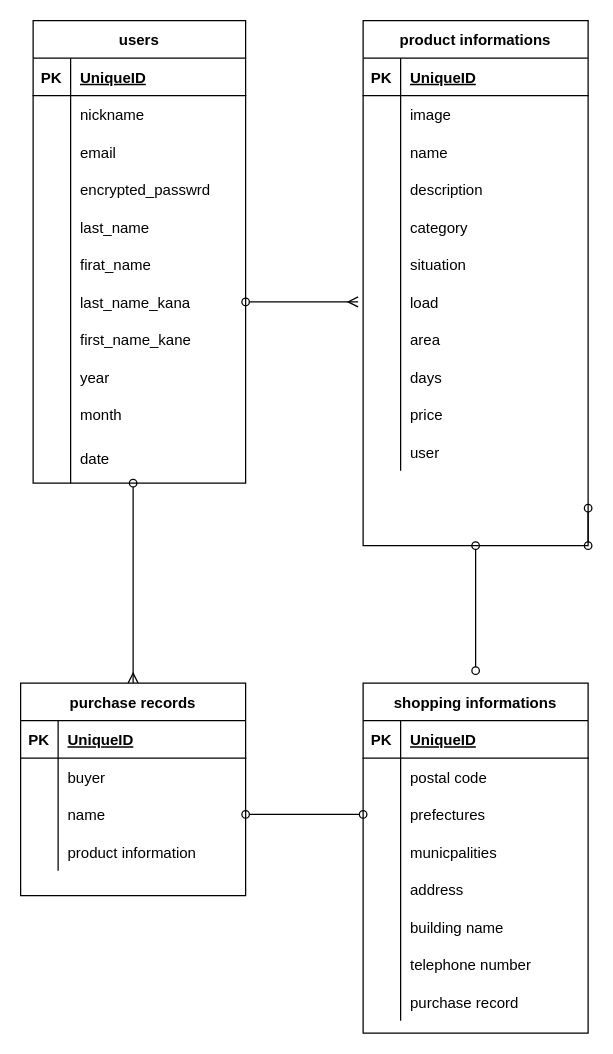
This is config/test.dio from sakamo09/furima-37856, a draw.io file, before an edit. Source tidied: cells renumbered, new cells numbered last; positions are measured from the earlier drawing's top-left corner, leaving out a move shared by most shapes. Both pictures are drawn from the tidied source at 125%, with x=0, y=0 at pixel (20, 20).
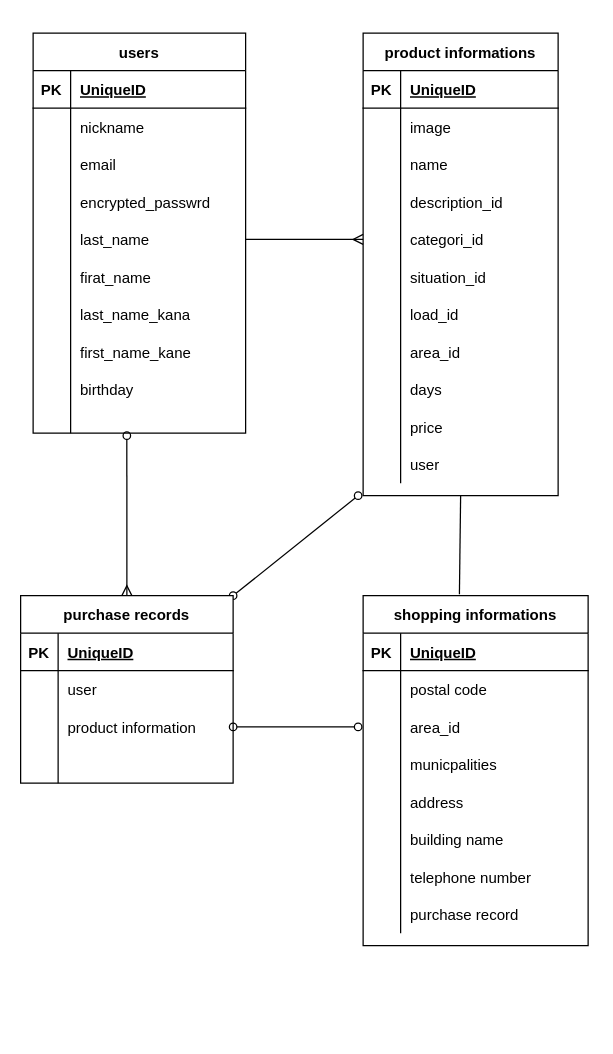
After the change.

Commit message (it also covers changes not shown here):
ER図とREADMEの修正①

Unchanged cells that the change refers to:
```xml
<mxCell id="15" style="shape=partialRectangle;fillColor=none;top=0;left=0;bottom=0;right=0;points=[[0,0.5],[1,0.5]];portConstraint=eastwest;" parent="2" vertex="1">
  <mxGeometry y="150" width="170" height="30" as="geometry" />
</mxCell>
<mxCell id="21" style="shape=partialRectangle;fillColor=none;top=0;left=0;bottom=0;right=0;points=[[0,0.5],[1,0.5]];portConstraint=eastwest;" parent="2" vertex="1">
  <mxGeometry y="210" width="170" height="30" as="geometry" />
</mxCell>
<mxCell id="27" style="shape=partialRectangle;fillColor=none;top=0;left=0;bottom=0;right=0;" parent="2" vertex="1">
  <mxGeometry y="270" width="170" height="30" as="geometry" />
</mxCell>
<mxCell id="93" style="shape=partialRectangle;fillColor=none;top=0;left=0;bottom=0;right=0;points=[[0,0.5],[1,0.5]];portConstraint=eastwest;" parent="86" vertex="1">
  <mxGeometry y="90" width="180" height="30" as="geometry" />
</mxCell>
```

Diff of the diagram source:
```diff
@@
     <mxCell id="2" value="users" style="shape=table;startSize=30;childLayout=tableLayout;rowLines=0;fontStyle=1;align=center;" parent="1" vertex="1">
-      <mxGeometry x="10" width="170" height="370" as="geometry" />
+      <mxGeometry x="10" y="10" width="170" height="320" as="geometry" />
     </mxCell>
@@
-    <mxCell id="29" value="year" style="shape=partialRectangle;fillColor=none;top=0;left=0;bottom=0;right=0;align=left;spacingLeft=6;overflow=hidden;" parent="27" vertex="1">
+    <mxCell id="29" value="birthday" style="shape=partialRectangle;fillColor=none;top=0;left=0;bottom=0;right=0;align=left;spacingLeft=6;overflow=hidden;" parent="27" vertex="1">
       <mxGeometry x="30" width="140" height="30" as="geometry" />
     </mxCell>
-    <mxCell id="30" style="shape=partialRectangle;fillColor=none;top=0;left=0;bottom=0;right=0;" parent="2" vertex="1">
-      <mxGeometry y="300" width="170" height="30" as="geometry" />
-    </mxCell>
-    <mxCell id="31" style="shape=partialRectangle;fillColor=none;top=0;left=0;bottom=0;right=0;overflow=hidden;" parent="30" vertex="1">
-      <mxGeometry width="30" height="30" as="geometry" />
-    </mxCell>
-    <mxCell id="32" value="month" style="shape=partialRectangle;fillColor=none;top=0;left=0;bottom=0;right=0;align=left;spacingLeft=6;overflow=hidden;" parent="30" vertex="1">
-      <mxGeometry x="30" width="140" height="30" as="geometry" />
-    </mxCell>
     <mxCell id="33" style="shape=partialRectangle;fillColor=none;top=0;left=0;bottom=0;right=0;points=[[0,0.5],[1,0.5]];portConstraint=eastwest;" parent="2" vertex="1">
-      <mxGeometry y="330" width="170" height="40" as="geometry" />
+      <mxGeometry y="300" width="170" height="20" as="geometry" />
     </mxCell>
     <mxCell id="34" style="shape=partialRectangle;fillColor=none;top=0;left=0;bottom=0;right=0;overflow=hidden;" parent="33" vertex="1">
-      <mxGeometry width="30" height="40" as="geometry" />
+      <mxGeometry width="30" height="20" as="geometry" />
     </mxCell>
-    <mxCell id="35" value="date" style="shape=partialRectangle;fillColor=none;top=0;left=0;bottom=0;right=0;align=left;spacingLeft=6;overflow=hidden;" parent="33" vertex="1">
-      <mxGeometry x="30" width="140" height="40" as="geometry" />
+    <mxCell id="35" style="shape=partialRectangle;fillColor=none;top=0;left=0;bottom=0;right=0;align=left;spacingLeft=6;overflow=hidden;" parent="33" vertex="1">
+      <mxGeometry x="30" width="140" height="20" as="geometry" />
     </mxCell>
-    <mxCell id="36" style="edgeStyle=none;html=1;exitX=1;exitY=1;exitDx=0;exitDy=0;startArrow=oval;startFill=0;endArrow=oval;endFill=0;" parent="1" edge="1" source="37">
-      <mxGeometry relative="1" as="geometry">
-        <mxPoint x="454" y="390" as="targetPoint" />
-      </mxGeometry>
-    </mxCell>
+    <mxCell id="113" style="edgeStyle=none;html=1;exitX=0.5;exitY=1;exitDx=0;exitDy=0;entryX=0.428;entryY=-0.004;entryDx=0;entryDy=0;entryPerimeter=0;startArrow=none;startFill=0;endArrow=none;endFill=0;" parent="1" edge="1" source="37" target="86">
+      <mxGeometry relative="1" as="geometry" />
+    </mxCell>
     <mxCell id="37" value="product informations" style="shape=table;startSize=30;childLayout=tableLayout;rowLines=0;fontStyle=1;align=center;" parent="1" vertex="1">
-      <mxGeometry x="274" width="180" height="420" as="geometry" />
+      <mxGeometry x="274" y="10" width="156" height="370" as="geometry" />
     </mxCell>
     <mxCell id="38" style="shape=partialRectangle;fillColor=none;top=0;left=0;bottom=1;right=0;" parent="37" vertex="1">
-      <mxGeometry y="30" width="180" height="30" as="geometry" />
+      <mxGeometry y="30" width="156" height="30" as="geometry" />
     </mxCell>
@@
     <mxCell id="40" value="UniqueID" style="shape=partialRectangle;fillColor=none;top=0;left=0;bottom=0;right=0;align=left;spacingLeft=6;fontStyle=5;overflow=hidden;" parent="38" vertex="1">
-      <mxGeometry x="30" width="150" height="30" as="geometry" />
+      <mxGeometry x="30" width="126" height="30" as="geometry" />
     </mxCell>
     <mxCell id="41" style="shape=partialRectangle;fillColor=none;top=0;left=0;bottom=0;right=0;" parent="37" vertex="1">
-      <mxGeometry y="60" width="180" height="30" as="geometry" />
+      <mxGeometry y="60" width="156" height="30" as="geometry" />
     </mxCell>
@@
     <mxCell id="43" value="image" style="shape=partialRectangle;fillColor=none;top=0;left=0;bottom=0;right=0;align=left;spacingLeft=6;overflow=hidden;" parent="41" vertex="1">
-      <mxGeometry x="30" width="150" height="30" as="geometry" />
+      <mxGeometry x="30" width="126" height="30" as="geometry" />
     </mxCell>
     <mxCell id="44" style="shape=partialRectangle;fillColor=none;top=0;left=0;bottom=0;right=0;" parent="37" vertex="1">
-      <mxGeometry y="90" width="180" height="30" as="geometry" />
+      <mxGeometry y="90" width="156" height="30" as="geometry" />
     </mxCell>
@@
     <mxCell id="46" value="name" style="shape=partialRectangle;fillColor=none;top=0;left=0;bottom=0;right=0;align=left;spacingLeft=6;overflow=hidden;" parent="44" vertex="1">
-      <mxGeometry x="30" width="150" height="30" as="geometry" />
+      <mxGeometry x="30" width="126" height="30" as="geometry" />
     </mxCell>
     <mxCell id="47" style="shape=partialRectangle;fillColor=none;top=0;left=0;bottom=0;right=0;" parent="37" vertex="1">
-      <mxGeometry y="120" width="180" height="30" as="geometry" />
+      <mxGeometry y="120" width="156" height="30" as="geometry" />
     </mxCell>
@@
-    <mxCell id="49" value="description" style="shape=partialRectangle;fillColor=none;top=0;left=0;bottom=0;right=0;align=left;spacingLeft=6;overflow=hidden;" parent="47" vertex="1">
-      <mxGeometry x="30" width="150" height="30" as="geometry" />
+    <mxCell id="49" value="description_id" style="shape=partialRectangle;fillColor=none;top=0;left=0;bottom=0;right=0;align=left;spacingLeft=6;overflow=hidden;" parent="47" vertex="1">
+      <mxGeometry x="30" width="126" height="30" as="geometry" />
     </mxCell>
     <mxCell id="50" style="shape=partialRectangle;fillColor=none;top=0;left=0;bottom=0;right=0;points=[[0,0.5],[1,0.5]];portConstraint=eastwest;" parent="37" vertex="1">
-      <mxGeometry y="150" width="180" height="30" as="geometry" />
+      <mxGeometry y="150" width="156" height="30" as="geometry" />
     </mxCell>
@@
-    <mxCell id="52" value="category" style="shape=partialRectangle;fillColor=none;top=0;left=0;bottom=0;right=0;align=left;spacingLeft=6;overflow=hidden;" parent="50" vertex="1">
-      <mxGeometry x="30" width="150" height="30" as="geometry" />
+    <mxCell id="52" value="categori_id" style="shape=partialRectangle;fillColor=none;top=0;left=0;bottom=0;right=0;align=left;spacingLeft=6;overflow=hidden;" parent="50" vertex="1">
+      <mxGeometry x="30" width="126" height="30" as="geometry" />
     </mxCell>
     <mxCell id="53" style="shape=partialRectangle;fillColor=none;top=0;left=0;bottom=0;right=0;" parent="37" vertex="1">
-      <mxGeometry y="180" width="180" height="30" as="geometry" />
+      <mxGeometry y="180" width="156" height="30" as="geometry" />
     </mxCell>
@@
-    <mxCell id="55" value="situation" style="shape=partialRectangle;fillColor=none;top=0;left=0;bottom=0;right=0;align=left;spacingLeft=6;overflow=hidden;" parent="53" vertex="1">
-      <mxGeometry x="30" width="150" height="30" as="geometry" />
+    <mxCell id="55" value="situation_id" style="shape=partialRectangle;fillColor=none;top=0;left=0;bottom=0;right=0;align=left;spacingLeft=6;overflow=hidden;" parent="53" vertex="1">
+      <mxGeometry x="30" width="126" height="30" as="geometry" />
     </mxCell>
     <mxCell id="56" style="shape=partialRectangle;fillColor=none;top=0;left=0;bottom=0;right=0;" parent="37" vertex="1">
-      <mxGeometry y="210" width="180" height="30" as="geometry" />
+      <mxGeometry y="210" width="156" height="30" as="geometry" />
     </mxCell>
@@
-    <mxCell id="58" value="load" style="shape=partialRectangle;fillColor=none;top=0;left=0;bottom=0;right=0;align=left;spacingLeft=6;overflow=hidden;" parent="56" vertex="1">
-      <mxGeometry x="30" width="150" height="30" as="geometry" />
+    <mxCell id="58" value="load_id" style="shape=partialRectangle;fillColor=none;top=0;left=0;bottom=0;right=0;align=left;spacingLeft=6;overflow=hidden;" parent="56" vertex="1">
+      <mxGeometry x="30" width="126" height="30" as="geometry" />
     </mxCell>
     <mxCell id="59" style="shape=partialRectangle;fillColor=none;top=0;left=0;bottom=0;right=0;" parent="37" vertex="1">
-      <mxGeometry y="240" width="180" height="30" as="geometry" />
+      <mxGeometry y="240" width="156" height="30" as="geometry" />
     </mxCell>
@@
-    <mxCell id="61" value="area" style="shape=partialRectangle;fillColor=none;top=0;left=0;bottom=0;right=0;align=left;spacingLeft=6;overflow=hidden;" parent="59" vertex="1">
-      <mxGeometry x="30" width="150" height="30" as="geometry" />
+    <mxCell id="61" value="area_id" style="shape=partialRectangle;fillColor=none;top=0;left=0;bottom=0;right=0;align=left;spacingLeft=6;overflow=hidden;" parent="59" vertex="1">
+      <mxGeometry x="30" width="126" height="30" as="geometry" />
     </mxCell>
     <mxCell id="62" style="shape=partialRectangle;fillColor=none;top=0;left=0;bottom=0;right=0;" parent="37" vertex="1">
-      <mxGeometry y="270" width="180" height="30" as="geometry" />
+      <mxGeometry y="270" width="156" height="30" as="geometry" />
     </mxCell>
@@
     <mxCell id="64" value="days" style="shape=partialRectangle;fillColor=none;top=0;left=0;bottom=0;right=0;align=left;spacingLeft=6;overflow=hidden;" parent="62" vertex="1">
-      <mxGeometry x="30" width="150" height="30" as="geometry" />
+      <mxGeometry x="30" width="126" height="30" as="geometry" />
     </mxCell>
     <mxCell id="65" style="shape=partialRectangle;fillColor=none;top=0;left=0;bottom=0;right=0;" parent="37" vertex="1">
-      <mxGeometry y="300" width="180" height="30" as="geometry" />
+      <mxGeometry y="300" width="156" height="30" as="geometry" />
     </mxCell>
@@
     <mxCell id="67" value="price" style="shape=partialRectangle;fillColor=none;top=0;left=0;bottom=0;right=0;align=left;spacingLeft=6;overflow=hidden;" parent="65" vertex="1">
-      <mxGeometry x="30" width="150" height="30" as="geometry" />
+      <mxGeometry x="30" width="126" height="30" as="geometry" />
     </mxCell>
     <mxCell id="68" style="shape=partialRectangle;fillColor=none;top=0;left=0;bottom=0;right=0;" parent="37" vertex="1">
-      <mxGeometry y="330" width="180" height="30" as="geometry" />
+      <mxGeometry y="330" width="156" height="30" as="geometry" />
     </mxCell>
@@
     <mxCell id="70" value="user" style="shape=partialRectangle;fillColor=none;top=0;left=0;bottom=0;right=0;align=left;spacingLeft=6;overflow=hidden;" parent="68" vertex="1">
-      <mxGeometry x="30" width="150" height="30" as="geometry" />
+      <mxGeometry x="30" width="126" height="30" as="geometry" />
     </mxCell>
-    <mxCell id="71" style="edgeStyle=none;html=1;exitX=0.5;exitY=0;exitDx=0;exitDy=0;startArrow=ERmany;startFill=0;endArrow=oval;endFill=0;" parent="1" edge="1" source="72">
-      <mxGeometry relative="1" as="geometry">
-        <mxPoint x="90" y="370" as="targetPoint" />
-      </mxGeometry>
-    </mxCell>
+    <mxCell id="114" style="edgeStyle=none;html=1;exitX=0.5;exitY=0;exitDx=0;exitDy=0;entryX=0.441;entryY=1.1;entryDx=0;entryDy=0;entryPerimeter=0;startArrow=ERmany;startFill=0;endArrow=oval;endFill=0;" parent="1" edge="1" source="72" target="33">
+      <mxGeometry relative="1" as="geometry" />
+    </mxCell>
+    <mxCell id="115" style="edgeStyle=none;html=1;exitX=1;exitY=0;exitDx=0;exitDy=0;startArrow=oval;startFill=0;endArrow=oval;endFill=0;" parent="1" edge="1" source="72">
+      <mxGeometry relative="1" as="geometry">
+        <mxPoint x="270" y="380" as="targetPoint" />
+      </mxGeometry>
+    </mxCell>
     <mxCell id="72" value="purchase records" style="shape=table;startSize=30;childLayout=tableLayout;rowLines=0;fontStyle=1;align=center;" parent="1" vertex="1">
-      <mxGeometry y="530" width="180" height="170" as="geometry" />
+      <mxGeometry y="460" width="170" height="150" as="geometry" />
     </mxCell>
     <mxCell id="73" style="shape=partialRectangle;fillColor=none;top=0;left=0;bottom=1;right=0;" parent="72" vertex="1">
-      <mxGeometry y="30" width="180" height="30" as="geometry" />
+      <mxGeometry y="30" width="170" height="30" as="geometry" />
     </mxCell>
@@
     <mxCell id="75" value="UniqueID" style="shape=partialRectangle;fillColor=none;top=0;left=0;bottom=0;right=0;align=left;spacingLeft=6;fontStyle=5;overflow=hidden;" parent="73" vertex="1">
-      <mxGeometry x="30" width="150" height="30" as="geometry" />
+      <mxGeometry x="30" width="140" height="30" as="geometry" />
     </mxCell>
     <mxCell id="76" style="shape=partialRectangle;fillColor=none;top=0;left=0;bottom=0;right=0;" parent="72" vertex="1">
-      <mxGeometry y="60" width="180" height="30" as="geometry" />
+      <mxGeometry y="60" width="170" height="30" as="geometry" />
     </mxCell>
@@
-    <mxCell id="78" value="buyer" style="shape=partialRectangle;fillColor=none;top=0;left=0;bottom=0;right=0;align=left;spacingLeft=6;overflow=hidden;" parent="76" vertex="1">
-      <mxGeometry x="30" width="150" height="30" as="geometry" />
+    <mxCell id="78" value="user" style="shape=partialRectangle;fillColor=none;top=0;left=0;bottom=0;right=0;align=left;spacingLeft=6;overflow=hidden;" parent="76" vertex="1">
+      <mxGeometry x="30" width="140" height="30" as="geometry" />
     </mxCell>
     <mxCell id="79" style="shape=partialRectangle;fillColor=none;top=0;left=0;bottom=0;right=0;points=[[0,0.5],[1,0.5]];portConstraint=eastwest;" parent="72" vertex="1">
-      <mxGeometry y="90" width="180" height="30" as="geometry" />
+      <mxGeometry y="90" width="170" height="30" as="geometry" />
     </mxCell>
@@
-    <mxCell id="81" value="name" style="shape=partialRectangle;fillColor=none;top=0;left=0;bottom=0;right=0;align=left;spacingLeft=6;overflow=hidden;" parent="79" vertex="1">
-      <mxGeometry x="30" width="150" height="30" as="geometry" />
+    <mxCell id="81" value="product information" style="shape=partialRectangle;fillColor=none;top=0;left=0;bottom=0;right=0;align=left;spacingLeft=6;overflow=hidden;" parent="79" vertex="1">
+      <mxGeometry x="30" width="140" height="30" as="geometry" />
     </mxCell>
     <mxCell id="82" style="shape=partialRectangle;fillColor=none;top=0;left=0;bottom=0;right=0;" parent="72" vertex="1">
-      <mxGeometry y="120" width="180" height="30" as="geometry" />
+      <mxGeometry y="120" width="170" height="30" as="geometry" />
     </mxCell>
@@
-    <mxCell id="84" value="product information" style="shape=partialRectangle;fillColor=none;top=0;left=0;bottom=0;right=0;align=left;spacingLeft=6;overflow=hidden;" parent="82" vertex="1">
-      <mxGeometry x="30" width="150" height="30" as="geometry" />
+    <mxCell id="84" style="shape=partialRectangle;fillColor=none;top=0;left=0;bottom=0;right=0;align=left;spacingLeft=6;overflow=hidden;" parent="82" vertex="1">
+      <mxGeometry x="30" width="140" height="30" as="geometry" />
     </mxCell>
-    <mxCell id="85" style="edgeStyle=none;html=1;entryX=0.5;entryY=1;entryDx=0;entryDy=0;startArrow=oval;startFill=0;endArrow=oval;endFill=0;" parent="1" edge="1" target="37">
-      <mxGeometry relative="1" as="geometry">
-        <mxPoint x="364" y="520" as="sourcePoint" />
-      </mxGeometry>
-    </mxCell>
     <mxCell id="86" value="shopping informations" style="shape=table;startSize=30;childLayout=tableLayout;rowLines=0;fontStyle=1;align=center;" parent="1" vertex="1">
-      <mxGeometry x="274" y="530" width="180" height="280" as="geometry" />
+      <mxGeometry x="274" y="460" width="180" height="280" as="geometry" />
     </mxCell>
@@
-    <mxCell id="95" value="prefectures" style="shape=partialRectangle;fillColor=none;top=0;left=0;bottom=0;right=0;align=left;spacingLeft=6;overflow=hidden;" parent="93" vertex="1">
+    <mxCell id="95" value="area_id" style="shape=partialRectangle;fillColor=none;top=0;left=0;bottom=0;right=0;align=left;spacingLeft=6;overflow=hidden;" parent="93" vertex="1">
       <mxGeometry x="30" width="150" height="30" as="geometry" />
     </mxCell>
@@
-    <mxCell id="111" style="edgeStyle=none;html=1;exitX=1;exitY=0.5;exitDx=0;exitDy=0;startArrow=oval;startFill=0;endArrow=ERmany;endFill=0;" parent="1" edge="1" source="21">
-      <mxGeometry relative="1" as="geometry">
-        <mxPoint x="270" y="225" as="targetPoint" />
-      </mxGeometry>
-    </mxCell>
-    <mxCell id="112" style="edgeStyle=none;html=1;exitX=1;exitY=0.5;exitDx=0;exitDy=0;entryX=0;entryY=0.5;entryDx=0;entryDy=0;startArrow=oval;startFill=0;endArrow=oval;endFill=0;" parent="1" edge="1" source="79" target="93">
-      <mxGeometry relative="1" as="geometry" />
+    <mxCell id="112" style="edgeStyle=none;html=1;exitX=1;exitY=0.5;exitDx=0;exitDy=0;startArrow=oval;startFill=0;endArrow=oval;endFill=0;" parent="1" edge="1" source="79">
+      <mxGeometry relative="1" as="geometry">
+        <mxPoint x="270" y="565" as="targetPoint" />
+      </mxGeometry>
     </mxCell>
+    <mxCell id="116" style="edgeStyle=none;html=1;exitX=0;exitY=0.5;exitDx=0;exitDy=0;entryX=1;entryY=0.5;entryDx=0;entryDy=0;startArrow=ERmany;startFill=0;endArrow=none;endFill=0;" parent="1" edge="1" source="50" target="15">
+      <mxGeometry relative="1" as="geometry" />
+    </mxCell>
```
